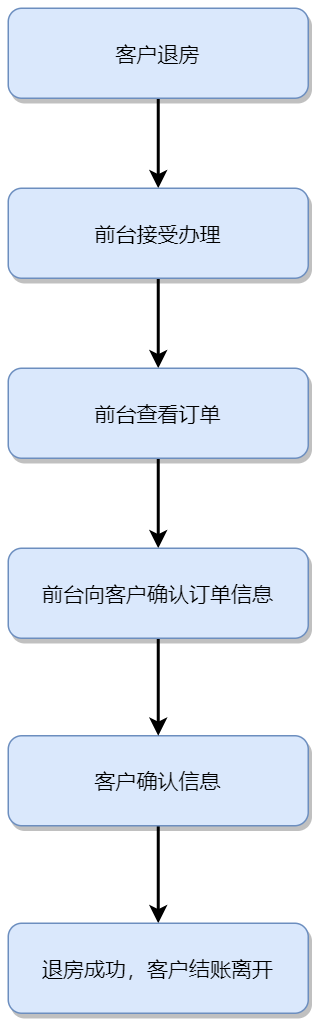
AndSonder/smart-hotel-database keeps this draw.io diagram as docs/src/客户退房.png. Above is the earlier version. Source tidied: cells renumbered, new cells last; positions are measured from the earlier drawing's top-left corner, leaving out a move shared by most shapes.
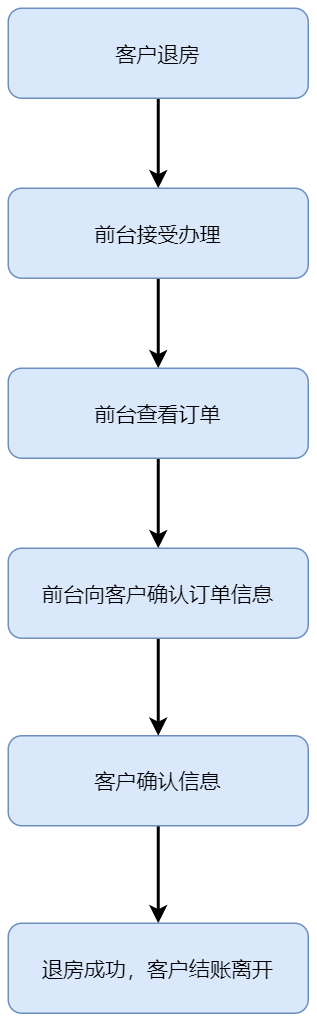
Above is the later version.

The edit, as a diff of the source:
```diff
@@ -2,37 +2,37 @@
   <root>
     <mxCell id="0" />
     <mxCell id="1" parent="0" />
-    <mxCell id="2" style="edgeStyle=orthogonalEdgeStyle;rounded=0;jettySize=auto;html=1;exitX=0.5;exitY=1;exitDx=0;exitDy=0;strokeWidth=2;" parent="1" edge="1" source="3" target="5">
+    <mxCell id="2" style="edgeStyle=orthogonalEdgeStyle;rounded=0;jettySize=auto;html=1;exitX=0.5;exitY=1;exitDx=0;exitDy=0;strokeWidth=2;shadow=0;" parent="1" edge="1" source="3" target="5">
       <mxGeometry relative="1" as="geometry" />
     </mxCell>
-    <mxCell id="3" value="客户退房" style="rounded=1;fillColor=#dae8fc;strokeColor=#6c8ebf;shadow=1;fontStyle=0;fontSize=14;" parent="1" vertex="1">
+    <mxCell id="3" value="客户退房" style="rounded=1;fillColor=#dae8fc;strokeColor=#6c8ebf;shadow=0;fontStyle=0;fontSize=14;" parent="1" vertex="1">
       <mxGeometry width="200" height="60" as="geometry" />
     </mxCell>
-    <mxCell id="4" style="edgeStyle=orthogonalEdgeStyle;rounded=0;jettySize=auto;html=1;exitX=0.5;exitY=1;exitDx=0;exitDy=0;entryX=0.5;entryY=0;entryDx=0;entryDy=0;strokeWidth=2;" parent="1" edge="1" source="5" target="10">
+    <mxCell id="4" style="edgeStyle=orthogonalEdgeStyle;rounded=0;jettySize=auto;html=1;exitX=0.5;exitY=1;exitDx=0;exitDy=0;entryX=0.5;entryY=0;entryDx=0;entryDy=0;strokeWidth=2;shadow=0;" parent="1" edge="1" source="5" target="10">
       <mxGeometry relative="1" as="geometry" />
     </mxCell>
-    <mxCell id="5" value="前台接受办理" style="rounded=1;fillColor=#dae8fc;strokeColor=#6c8ebf;shadow=1;fontStyle=0;fontSize=14;" parent="1" vertex="1">
+    <mxCell id="5" value="前台接受办理" style="rounded=1;fillColor=#dae8fc;strokeColor=#6c8ebf;shadow=0;fontStyle=0;fontSize=14;" parent="1" vertex="1">
       <mxGeometry y="120" width="200" height="60" as="geometry" />
     </mxCell>
-    <mxCell id="6" style="edgeStyle=orthogonalEdgeStyle;rounded=0;jettySize=auto;html=1;exitX=0.5;exitY=1;exitDx=0;exitDy=0;entryX=0.5;entryY=0;entryDx=0;entryDy=0;strokeWidth=2;" parent="1" edge="1" source="7" target="8">
+    <mxCell id="6" style="edgeStyle=orthogonalEdgeStyle;rounded=0;jettySize=auto;html=1;exitX=0.5;exitY=1;exitDx=0;exitDy=0;entryX=0.5;entryY=0;entryDx=0;entryDy=0;strokeWidth=2;shadow=0;" parent="1" edge="1" source="7" target="8">
       <mxGeometry relative="1" as="geometry" />
     </mxCell>
-    <mxCell id="7" value="客户确认信息" style="rounded=1;fillColor=#dae8fc;strokeColor=#6c8ebf;shadow=1;fontStyle=0;fontSize=14;" parent="1" vertex="1">
+    <mxCell id="7" value="客户确认信息" style="rounded=1;fillColor=#dae8fc;strokeColor=#6c8ebf;shadow=0;fontStyle=0;fontSize=14;" parent="1" vertex="1">
       <mxGeometry y="485" width="200" height="60" as="geometry" />
     </mxCell>
-    <mxCell id="8" value="退房成功，客户结账离开" style="rounded=1;fillColor=#dae8fc;strokeColor=#6c8ebf;shadow=1;fontStyle=0;fontSize=14;" parent="1" vertex="1">
+    <mxCell id="8" value="退房成功，客户结账离开" style="rounded=1;fillColor=#dae8fc;strokeColor=#6c8ebf;shadow=0;fontStyle=0;fontSize=14;" parent="1" vertex="1">
       <mxGeometry y="610" width="200" height="60" as="geometry" />
     </mxCell>
-    <mxCell id="9" style="edgeStyle=orthogonalEdgeStyle;rounded=0;jettySize=auto;html=1;exitX=0.5;exitY=1;exitDx=0;exitDy=0;entryX=0.5;entryY=0;entryDx=0;entryDy=0;strokeWidth=2;" parent="1" edge="1" source="10" target="12">
+    <mxCell id="9" style="edgeStyle=orthogonalEdgeStyle;rounded=0;jettySize=auto;html=1;exitX=0.5;exitY=1;exitDx=0;exitDy=0;entryX=0.5;entryY=0;entryDx=0;entryDy=0;strokeWidth=2;shadow=0;" parent="1" edge="1" source="10" target="12">
       <mxGeometry relative="1" as="geometry" />
     </mxCell>
-    <mxCell id="10" value="前台查看订单" style="rounded=1;fillColor=#dae8fc;strokeColor=#6c8ebf;shadow=1;fontStyle=0;fontSize=14;" parent="1" vertex="1">
+    <mxCell id="10" value="前台查看订单" style="rounded=1;fillColor=#dae8fc;strokeColor=#6c8ebf;shadow=0;fontStyle=0;fontSize=14;" parent="1" vertex="1">
       <mxGeometry y="240" width="200" height="60" as="geometry" />
     </mxCell>
-    <mxCell id="11" style="edgeStyle=orthogonalEdgeStyle;rounded=0;jettySize=auto;html=1;exitX=0.5;exitY=1;exitDx=0;exitDy=0;strokeWidth=2;" parent="1" edge="1" source="12" target="7">
+    <mxCell id="11" style="edgeStyle=orthogonalEdgeStyle;rounded=0;jettySize=auto;html=1;exitX=0.5;exitY=1;exitDx=0;exitDy=0;strokeWidth=2;shadow=0;" parent="1" edge="1" source="12" target="7">
       <mxGeometry relative="1" as="geometry" />
     </mxCell>
-    <mxCell id="12" value="前台向客户确认订单信息" style="rounded=1;fillColor=#dae8fc;strokeColor=#6c8ebf;shadow=1;fontStyle=0;fontSize=14;" parent="1" vertex="1">
+    <mxCell id="12" value="前台向客户确认订单信息" style="rounded=1;fillColor=#dae8fc;strokeColor=#6c8ebf;shadow=0;fontStyle=0;fontSize=14;" parent="1" vertex="1">
       <mxGeometry y="360" width="200" height="60" as="geometry" />
     </mxCell>
   </root>
```
